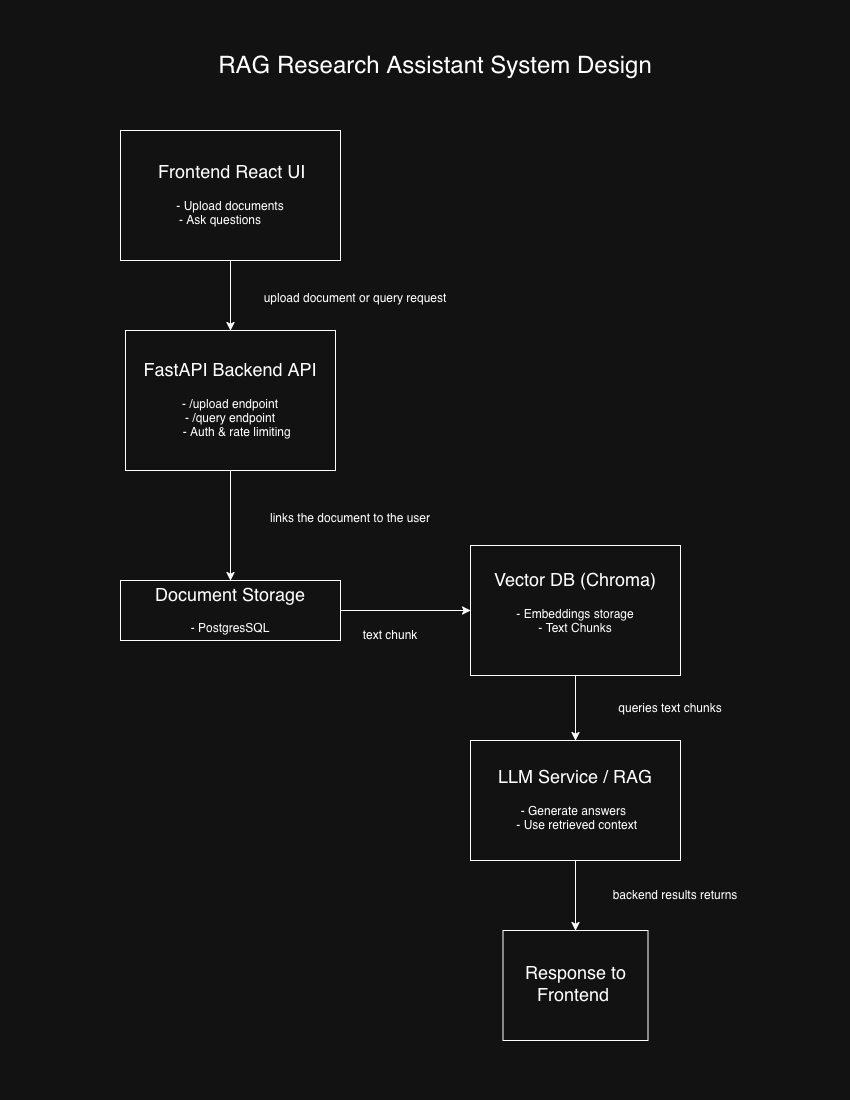
Above: diagrams/rag_research_assistant.png in ckwan/rag_research_assistant (draw.io), before the change. Source tidied: cells renumbered, new cells last; positions are measured from the earlier drawing's top-left corner, leaving out a move shared by most shapes.
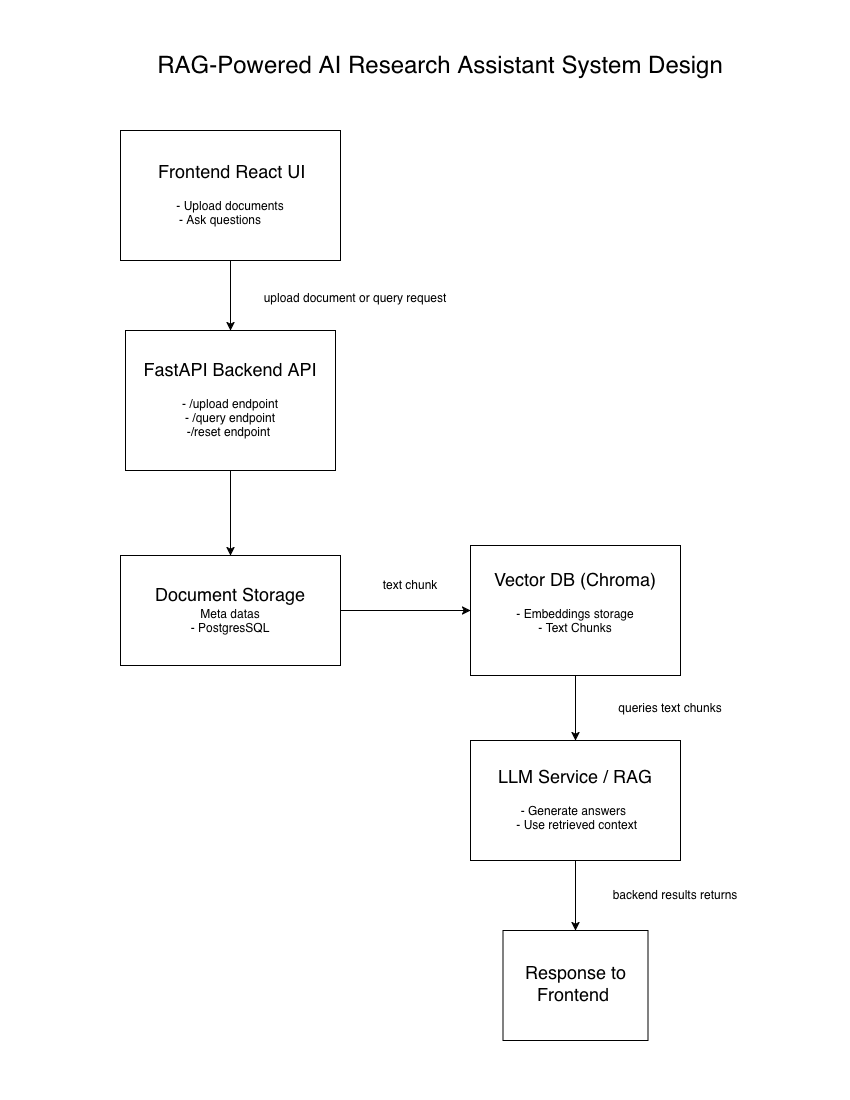
Later version of the same file.

The edit, as a diff of the source:
```diff
@@ -11,7 +11,7 @@
     <mxCell id="4" style="edgeStyle=orthogonalEdgeStyle;rounded=0;jettySize=auto;html=1;" parent="1" edge="1" source="5" target="9">
       <mxGeometry relative="1" as="geometry" />
     </mxCell>
-    <mxCell id="5" value="&lt;div&gt;&lt;font style=&quot;font-size: 18px;&quot;&gt;FastAPI Backend API&lt;/font&gt;&lt;/div&gt;&lt;div&gt;&lt;br&gt;&lt;/div&gt;&lt;div&gt;- /upload endpoint&lt;/div&gt;&lt;div&gt;- /query endpoint&lt;/div&gt;&amp;nbsp; &amp;nbsp; - Auth &amp;amp; rate limiting" style="whiteSpace=wrap;html=1;" parent="1" vertex="1">
+    <mxCell id="5" value="&lt;div&gt;&lt;font style=&quot;font-size: 18px;&quot;&gt;FastAPI Backend API&lt;/font&gt;&lt;/div&gt;&lt;div&gt;&lt;br&gt;&lt;/div&gt;&lt;div&gt;- /upload endpoint&lt;/div&gt;&lt;div&gt;- /query endpoint&lt;/div&gt;&lt;div&gt;-/reset endpoint&amp;nbsp;&lt;/div&gt;" style="whiteSpace=wrap;html=1;" parent="1" vertex="1">
       <mxGeometry x="5" y="250" width="210" height="140" as="geometry" />
     </mxCell>
     <mxCell id="6" style="edgeStyle=orthogonalEdgeStyle;rounded=0;jettySize=auto;html=1;entryX=0.5;entryY=0;entryDx=0;entryDy=0;" parent="1" edge="1" source="7" target="11">
@@ -23,8 +23,8 @@
     <mxCell id="8" style="edgeStyle=orthogonalEdgeStyle;rounded=0;jettySize=auto;html=1;entryX=0;entryY=0.5;entryDx=0;entryDy=0;" parent="1" edge="1" source="9" target="7">
       <mxGeometry relative="1" as="geometry" />
     </mxCell>
-    <mxCell id="9" value="&lt;div&gt;&lt;font style=&quot;font-size: 18px;&quot;&gt;Document Storag&lt;/font&gt;&lt;font style=&quot;font-size: 18px;&quot;&gt;e&lt;/font&gt;&lt;/div&gt;&lt;div&gt;&lt;br&gt;&lt;/div&gt;&lt;div&gt;- PostgresSQL&lt;/div&gt;" style="whiteSpace=wrap;html=1;" parent="1" vertex="1">
-      <mxGeometry y="500" width="220" height="60" as="geometry" />
+    <mxCell id="9" value="&lt;div&gt;&lt;font style=&quot;font-size: 18px;&quot;&gt;Document Storage&lt;/font&gt;&lt;/div&gt;&lt;div&gt;Meta datas&lt;/div&gt;&lt;div&gt;- PostgresSQL&lt;/div&gt;" style="whiteSpace=wrap;html=1;" parent="1" vertex="1">
+      <mxGeometry y="475" width="220" height="110" as="geometry" />
     </mxCell>
     <mxCell id="10" style="edgeStyle=orthogonalEdgeStyle;rounded=0;jettySize=auto;html=1;" parent="1" edge="1" source="11" target="12">
       <mxGeometry relative="1" as="geometry" />
@@ -35,17 +35,14 @@
     <mxCell id="12" value="&lt;font style=&quot;font-size: 18px;&quot;&gt;Response to Frontend&amp;nbsp;&lt;/font&gt;" style="whiteSpace=wrap;html=1;" parent="1" vertex="1">
       <mxGeometry x="382.5" y="850" width="145" height="110" as="geometry" />
     </mxCell>
-    <mxCell id="13" value="&lt;font style=&quot;font-size: 24px;&quot;&gt;RAG Research Assistant System Design&lt;/font&gt;&lt;div&gt;&lt;font size=&quot;3&quot;&gt;&lt;br&gt;&lt;/font&gt;&lt;/div&gt;&lt;div&gt;&lt;font size=&quot;3&quot;&gt;&lt;br&gt;&lt;br&gt;&lt;/font&gt;&lt;/div&gt;" style="text;html=1;whiteSpace=wrap;strokeColor=none;fillColor=none;align=center;verticalAlign=middle;rounded=0;" parent="1" vertex="1">
-      <mxGeometry x="70" width="490" height="30" as="geometry" />
+    <mxCell id="13" value="&lt;font style=&quot;font-size: 24px;&quot;&gt;RAG-Powered AI Research Assistant&lt;/font&gt;&lt;font style=&quot;font-size: 24px;&quot;&gt;&amp;nbsp;System Design&lt;/font&gt;&lt;div&gt;&lt;font size=&quot;3&quot;&gt;&lt;br&gt;&lt;/font&gt;&lt;/div&gt;&lt;div&gt;&lt;font size=&quot;3&quot;&gt;&lt;br&gt;&lt;br&gt;&lt;/font&gt;&lt;/div&gt;" style="text;html=1;whiteSpace=wrap;strokeColor=none;fillColor=none;align=center;verticalAlign=middle;rounded=0;" parent="1" vertex="1">
+      <mxGeometry x="-40" width="720" height="30" as="geometry" />
     </mxCell>
-    <mxCell id="14" value="&lt;div&gt;links the document to the user&lt;/div&gt;&lt;div&gt;&lt;br&gt;&lt;/div&gt;" style="text;html=1;whiteSpace=wrap;strokeColor=none;fillColor=none;align=center;verticalAlign=middle;rounded=0;" parent="1" vertex="1">
-      <mxGeometry x="140" y="430" width="180" height="30" as="geometry" />
-    </mxCell>
     <mxCell id="15" value="&lt;div&gt;upload document or query request&lt;/div&gt;&lt;div&gt;&lt;br&gt;&lt;/div&gt;" style="text;html=1;whiteSpace=wrap;strokeColor=none;fillColor=none;align=center;verticalAlign=middle;rounded=0;" parent="1" vertex="1">
       <mxGeometry x="130" y="210" width="210" height="30" as="geometry" />
     </mxCell>
     <mxCell id="16" value="text chunk" style="text;html=1;whiteSpace=wrap;strokeColor=none;fillColor=none;align=center;verticalAlign=middle;rounded=0;" parent="1" vertex="1">
-      <mxGeometry x="240" y="540" width="60" height="30" as="geometry" />
+      <mxGeometry x="260" y="490" width="60" height="30" as="geometry" />
     </mxCell>
     <mxCell id="17" value="backend results returns" style="text;html=1;whiteSpace=wrap;strokeColor=none;fillColor=none;align=center;verticalAlign=middle;rounded=0;" parent="1" vertex="1">
       <mxGeometry x="460" y="800" width="190" height="30" as="geometry" />
```
